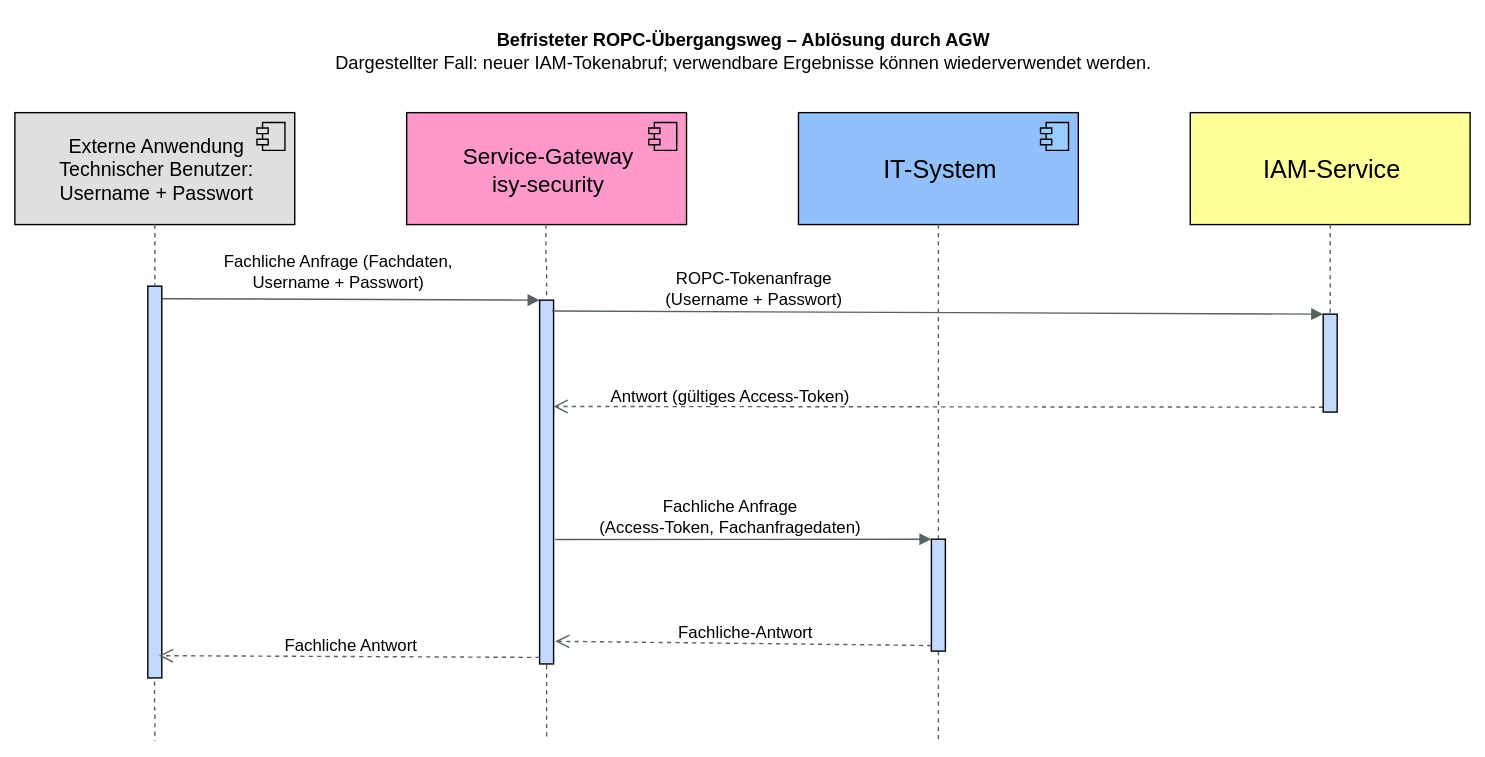
Earlier version of the draw.io export docs/modules/ROOT/images/konzept/Squenzdiagramm_ServiceGateway_ohne_AuthGateway.dn.svg (IsyFact/isy-security). Source tidied: cells renumbered, new cells last; positions are measured from the earlier drawing's top-left corner, leaving out a move shared by most shapes.
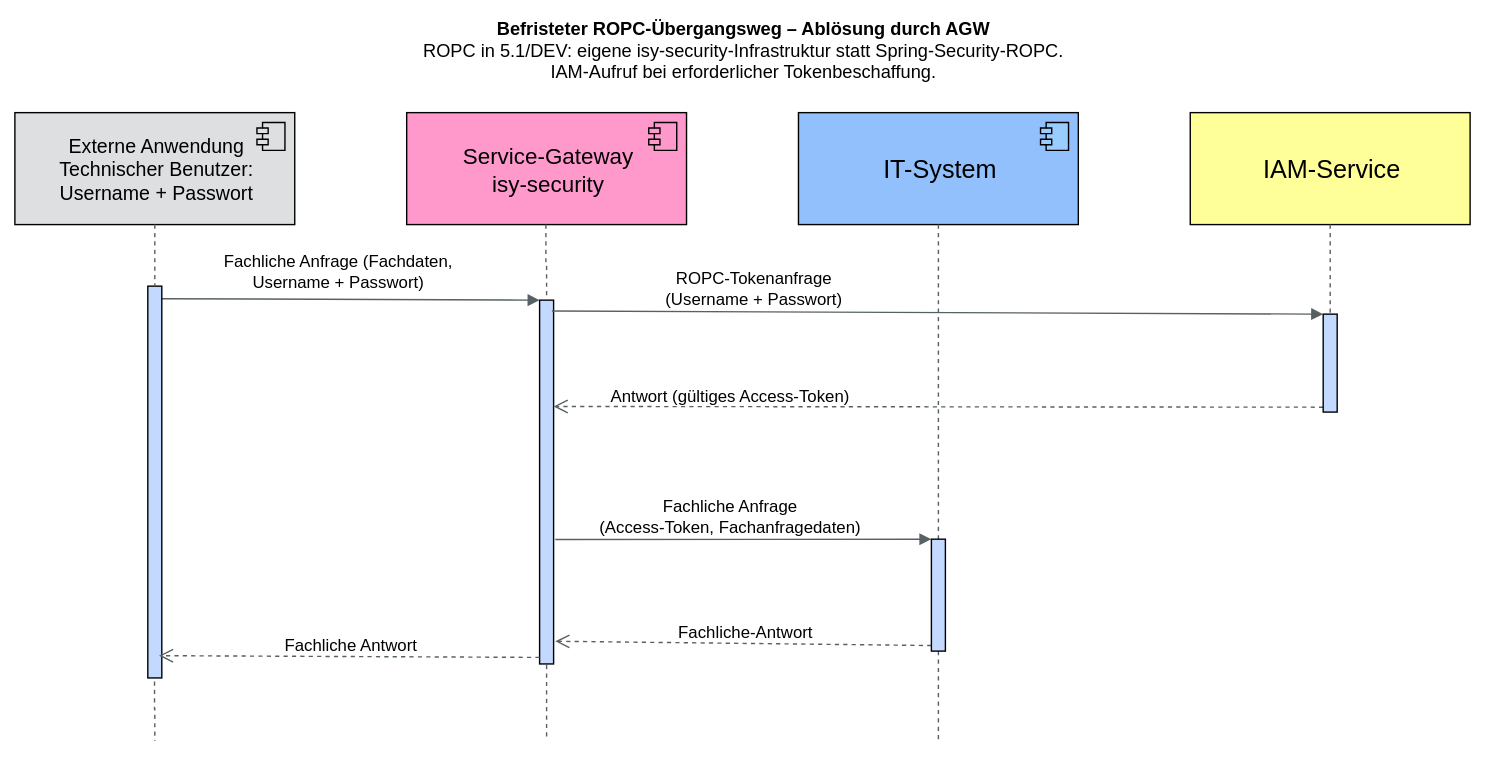
After the commit.

Diff of the diagram source:
```diff
@@ -102,7 +102,7 @@
     <mxCell id="25" style="html=1;points=[];perimeter=orthogonalPerimeter;fontSize=12;" parent="1" vertex="1">
       <mxGeometry x="655" y="374.8" width="10" height="80" as="geometry" />
     </mxCell>
-    <mxCell id="26" value="&lt;b&gt;Befristeter ROPC-Übergangsweg – Ablösung durch AGW&lt;/b&gt;&lt;br&gt;Dargestellter Fall: neuer IAM-Tokenabruf; verwendbare Ergebnisse können wiederverwendet werden." style="text;html=1;whiteSpace=wrap;align=center;verticalAlign=middle;fontFamily=Arial;fontSize=13;fontColor=#000000;" parent="1" vertex="1">
+    <mxCell id="26" value="&lt;b&gt;Befristeter ROPC-Übergangsweg – Ablösung durch AGW&lt;/b&gt;&lt;br&gt;ROPC in 5.1/DEV: eigene isy-security-Infrastruktur statt Spring-Security-ROPC.&lt;br&gt;IAM-Aufruf bei erforderlicher Tokenbeschaffung." style="text;html=1;whiteSpace=wrap;align=center;verticalAlign=middle;fontFamily=Arial;fontSize=13;fontColor=#000000;" parent="1" vertex="1">
       <mxGeometry width="1040" height="50" as="geometry" />
     </mxCell>
   </root>
```
